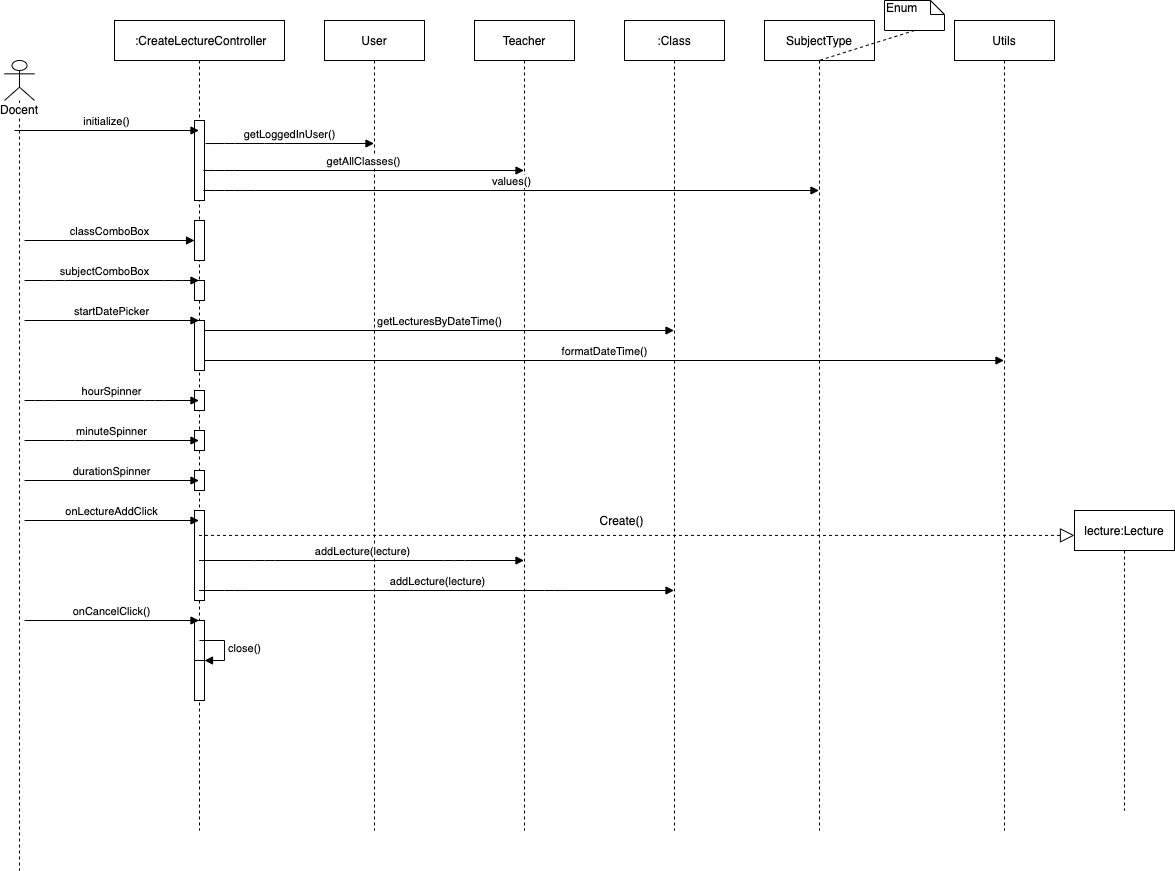
This is diagram/sequence/images/18-SequenceDiagrams.png from software-strijders/Mytendance, a draw.io export, as it was before one commit. Source tidied: cells renumbered, new cells last; positions are measured from the earlier drawing's top-left corner, leaving out a move shared by most shapes.
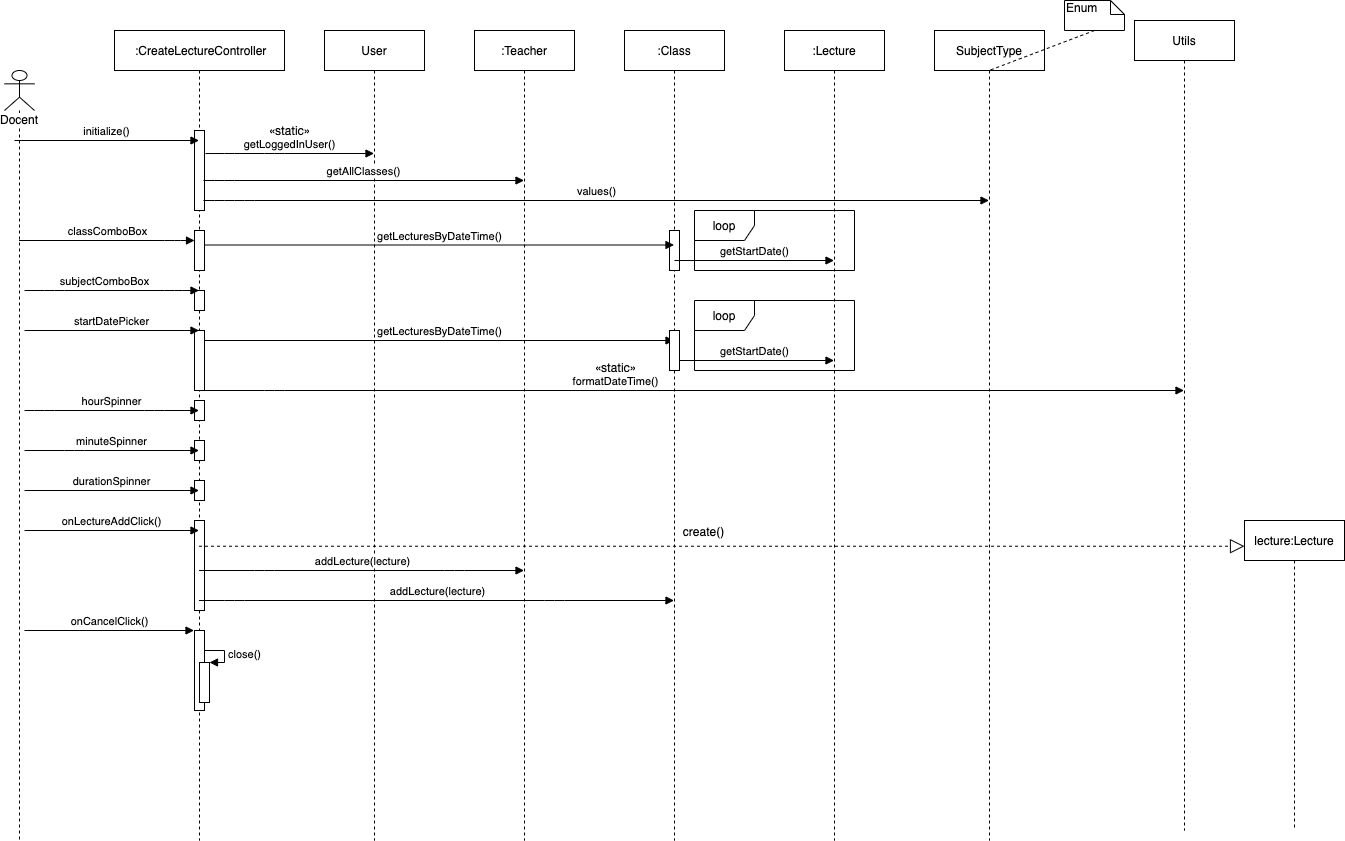
Later version of the same file.

Commit message:
change sequence diagram

The edit, as a diff of the source:
```diff
@@ -19,39 +19,34 @@
     <mxCell id="6" style="html=1;perimeter=orthogonalPerimeter;" parent="2" vertex="1">
       <mxGeometry x="80" y="410" width="10" height="20" as="geometry" />
     </mxCell>
-    <mxCell id="7" value="formatDateTime()" style="html=1;verticalAlign=bottom;endArrow=block;" parent="2" edge="1" target="29">
-      <mxGeometry relative="1" as="geometry">
-        <mxPoint x="90" y="340" as="sourcePoint" />
-      </mxGeometry>
-    </mxCell>
     <mxCell id="8" style="html=1;perimeter=orthogonalPerimeter;" parent="2" vertex="1">
       <mxGeometry x="80" y="450" width="10" height="20" as="geometry" />
     </mxCell>
     <mxCell id="9" style="html=1;perimeter=orthogonalPerimeter;" parent="2" vertex="1">
       <mxGeometry x="80" y="490" width="10" height="90" as="geometry" />
     </mxCell>
+    <mxCell id="13" value="onCancelClick()" style="html=1;verticalAlign=bottom;endArrow=block;" parent="2" edge="1">
+      <mxGeometry relative="1" as="geometry">
+        <mxPoint x="-90" y="600" as="sourcePoint" />
+        <mxPoint x="79.5" y="600" as="targetPoint" />
+      </mxGeometry>
+    </mxCell>
     <mxCell id="10" style="html=1;perimeter=orthogonalPerimeter;" parent="2" vertex="1">
       <mxGeometry x="80" y="600" width="10" height="80" as="geometry" />
     </mxCell>
-    <mxCell id="11" style="html=1;points=[];perimeter=orthogonalPerimeter;" parent="2" vertex="1">
-      <mxGeometry x="80" y="640" width="10" height="40" as="geometry" />
-    </mxCell>
+    <mxCell id="42" style="html=1;points=[];perimeter=orthogonalPerimeter;" parent="2" vertex="1">
+      <mxGeometry x="85" y="632" width="10" height="40" as="geometry" />
+    </mxCell>
-    <mxCell id="12" value="close()" style="edgeStyle=orthogonalEdgeStyle;html=1;align=left;spacingLeft=2;endArrow=block;rounded=0;entryX=1;entryY=0;" parent="2" edge="1" target="11">
+    <mxCell id="12" value="close()" style="edgeStyle=orthogonalEdgeStyle;html=1;align=left;spacingLeft=2;endArrow=block;rounded=0;entryX=1;entryY=0;" parent="2" edge="1" target="42">
       <mxGeometry relative="1" as="geometry">
-        <mxPoint x="85" y="620" as="sourcePoint" />
+        <mxPoint x="90" y="620" as="sourcePoint" />
         <Array as="points">
           <mxPoint x="110" y="620" />
         </Array>
       </mxGeometry>
     </mxCell>
-    <mxCell id="13" value="onCancelClick()" style="html=1;verticalAlign=bottom;endArrow=block;" parent="2" edge="1">
-      <mxGeometry relative="1" as="geometry">
-        <mxPoint x="-90" y="600" as="sourcePoint" />
-        <mxPoint x="84.5" y="600" as="targetPoint" />
-      </mxGeometry>
-    </mxCell>
     <mxCell id="14" value="Docent" style="shape=umlLifeline;participant=umlActor;perimeter=lifelinePerimeter;whiteSpace=wrap;html=1;verticalAlign=top;spacingTop=36;labelBackgroundColor=#ffffff;outlineConnect=0;" parent="1" vertex="1">
-      <mxGeometry y="60" width="30" height="810" as="geometry" />
+      <mxGeometry y="60" width="30" height="770" as="geometry" />
     </mxCell>
     <mxCell id="15" value="initialize()" style="html=1;verticalAlign=bottom;endArrow=block;" parent="14" edge="1" target="2">
       <mxGeometry relative="1" as="geometry">
@@ -80,7 +75,7 @@
         <mxPoint x="20" y="420" as="sourcePoint" />
       </mxGeometry>
     </mxCell>
-    <mxCell id="19" value="onLectureAddClick" style="html=1;verticalAlign=bottom;endArrow=block;" parent="14" edge="1" target="2">
+    <mxCell id="19" value="onLectureAddClick()" style="html=1;verticalAlign=bottom;endArrow=block;" parent="14" edge="1" target="2">
       <mxGeometry relative="1" as="geometry">
         <mxPoint x="20" y="460" as="sourcePoint" />
       </mxGeometry>
@@ -95,14 +90,16 @@
       <mxGeometry x="190" y="220" width="10" height="30" as="geometry" />
     </mxCell>
     <mxCell id="23" style="html=1;perimeter=orthogonalPerimeter;" parent="1" vertex="1">
-      <mxGeometry x="190" y="320" width="10" height="50" as="geometry" />
+      <mxGeometry x="190" y="320" width="10" height="60" as="geometry" />
     </mxCell>
     <mxCell id="24" style="html=1;perimeter=orthogonalPerimeter;" parent="1" vertex="1">
       <mxGeometry x="190" y="220" width="10" height="40" as="geometry" />
     </mxCell>
-    <mxCell id="25" value="classComboBox" style="html=1;verticalAlign=bottom;endArrow=block;" parent="1" edge="1" target="22">
+    <mxCell id="25" value="classComboBox" style="html=1;verticalAlign=bottom;endArrow=block;" parent="1" edge="1" source="14" target="22">
       <mxGeometry relative="1" as="geometry">
-        <mxPoint x="20" y="240" as="sourcePoint" />
+        <Array as="points">
+          <mxPoint x="170" y="230" />
+        </Array>
       </mxGeometry>
     </mxCell>
     <mxCell id="26" value="subjectComboBox" style="html=1;verticalAlign=bottom;endArrow=block;" parent="1" edge="1">
@@ -122,17 +119,17 @@
         <mxPoint x="194.5" y="320" as="targetPoint" />
       </mxGeometry>
     </mxCell>
-    <mxCell id="28" value="Teacher" style="shape=umlLifeline;perimeter=lifelinePerimeter;whiteSpace=wrap;html=1;outlineConnect=0;" parent="1" vertex="1">
+    <mxCell id="28" value=":Teacher" style="shape=umlLifeline;perimeter=lifelinePerimeter;whiteSpace=wrap;html=1;outlineConnect=0;" parent="1" vertex="1">
       <mxGeometry x="470" y="20" width="100" height="810" as="geometry" />
     </mxCell>
     <mxCell id="29" value="Utils" style="shape=umlLifeline;perimeter=lifelinePerimeter;whiteSpace=wrap;html=1;outlineConnect=0;size=40;" parent="1" vertex="1">
-      <mxGeometry x="950" y="20" width="100" height="810" as="geometry" />
+      <mxGeometry x="1130" y="10" width="100" height="810" as="geometry" />
     </mxCell>
     <mxCell id="30" value="SubjectType" style="shape=umlLifeline;perimeter=lifelinePerimeter;whiteSpace=wrap;html=1;outlineConnect=0;" parent="1" vertex="1">
-      <mxGeometry x="760" y="20" width="110" height="810" as="geometry" />
+      <mxGeometry x="930" y="20" width="110" height="810" as="geometry" />
     </mxCell>
     <mxCell id="31" value="Enum" style="shape=note;whiteSpace=wrap;html=1;size=14;verticalAlign=top;align=left;spacingTop=-6;" parent="1" vertex="1">
-      <mxGeometry x="880" width="60" height="30" as="geometry" />
+      <mxGeometry x="1060" y="-10" width="60" height="30" as="geometry" />
     </mxCell>
     <mxCell id="32" style="endArrow=none;dashed=1;html=1;exitX=0.5;exitY=1;exitDx=0;exitDy=0;exitPerimeter=0;" parent="1" edge="1" source="31" target="30">
       <mxGeometry relative="1" as="geometry" />
@@ -140,13 +137,24 @@
     <mxCell id="33" value=":Class" style="shape=umlLifeline;perimeter=lifelinePerimeter;whiteSpace=wrap;html=1;outlineConnect=0;" parent="1" vertex="1">
       <mxGeometry x="620" y="20" width="100" height="810" as="geometry" />
     </mxCell>
+    <mxCell id="43" value="getStartDate()" style="html=1;verticalAlign=bottom;endArrow=block;" parent="33" edge="1" target="46">
+      <mxGeometry relative="1" as="geometry">
+        <mxPoint x="50" y="330" as="sourcePoint" />
+      </mxGeometry>
+    </mxCell>
+    <mxCell id="44" style="html=1;perimeter=orthogonalPerimeter;" parent="33" vertex="1">
+      <mxGeometry x="45" y="300" width="10" height="40" as="geometry" />
+    </mxCell>
+    <mxCell id="45" style="html=1;perimeter=orthogonalPerimeter;" parent="33" vertex="1">
+      <mxGeometry x="45" y="200" width="10" height="40" as="geometry" />
+    </mxCell>
     <mxCell id="34" value="lecture:Lecture" style="shape=umlLifeline;perimeter=lifelinePerimeter;whiteSpace=wrap;html=1;outlineConnect=0;" parent="1" vertex="1">
-      <mxGeometry x="1070" y="510" width="100" height="300" as="geometry" />
+      <mxGeometry x="1240" y="510" width="100" height="310" as="geometry" />
     </mxCell>
     <mxCell id="35" style="endArrow=block;dashed=1;endFill=0;endSize=12;html=1;entryX=0;entryY=0.083;entryDx=0;entryDy=0;entryPerimeter=0;" parent="1" edge="1" source="2" target="34">
       <mxGeometry relative="1" as="geometry" />
     </mxCell>
-    <mxCell id="36" value="Create()" style="text;html=1;align=center;verticalAlign=middle;labelBackgroundColor=#ffffff;" parent="35" vertex="1">
+    <mxCell id="36" value="create()" style="text;html=1;align=center;verticalAlign=middle;labelBackgroundColor=#ffffff;" parent="35" vertex="1">
       <mxGeometry x="-0.03" y="-1" relative="1" as="geometry">
         <mxPoint x="-1" y="-16" as="offset" />
       </mxGeometry>
@@ -183,7 +191,7 @@
         </Array>
       </mxGeometry>
     </mxCell>
-    <mxCell id="41" value="getLoggedInUser()" style="html=1;verticalAlign=bottom;endArrow=block;exitX=1.1;exitY=0.288;exitDx=0;exitDy=0;exitPerimeter=0;" parent="1" edge="1" source="3" target="20">
+    <mxCell id="41" value="&lt;pre style=&quot;background-color: #2b2b2b ; color: #a9b7c6 ; font-family: &amp;#34;menlo&amp;#34; ; font-size: 9 0pt&quot;&gt;&lt;/pre&gt;&lt;p class=&quot;p1&quot; style=&quot;margin: 0px ; font-stretch: normal ; font-size: 12px ; line-height: normal ; font-family: &amp;#34;helvetica neue&amp;#34; ; white-space: normal&quot;&gt;«static»&lt;/p&gt;getLoggedInUser()" style="html=1;verticalAlign=bottom;endArrow=block;exitX=1.1;exitY=0.288;exitDx=0;exitDy=0;exitPerimeter=0;" parent="1" edge="1" source="3" target="20">
       <mxGeometry relative="1" as="geometry">
         <Array as="points">
           <mxPoint x="220" y="143" />
@@ -191,5 +199,33 @@
         </Array>
       </mxGeometry>
     </mxCell>
+    <mxCell id="46" value=":Lecture" style="shape=umlLifeline;perimeter=lifelinePerimeter;whiteSpace=wrap;html=1;outlineConnect=0;" parent="1" vertex="1">
+      <mxGeometry x="780" y="20" width="100" height="810" as="geometry" />
+    </mxCell>
+    <mxCell id="7" value="&lt;p class=&quot;p1&quot; style=&quot;margin: 0px ; font-stretch: normal ; font-size: 12px ; line-height: normal ; font-family: &amp;#34;helvetica neue&amp;#34; ; white-space: normal&quot;&gt;«static»&lt;/p&gt;formatDateTime()" style="html=1;verticalAlign=bottom;endArrow=block;" parent="1" edge="1" source="2" target="29">
+      <mxGeometry x="-0.16" relative="1" as="geometry">
+        <Array as="points">
+          <mxPoint x="270" y="380" />
+        </Array>
+      </mxGeometry>
+    </mxCell>
+    <mxCell id="47" value="loop" style="shape=umlFrame;whiteSpace=wrap;html=1;" parent="1" vertex="1">
+      <mxGeometry x="690" y="290" width="160" height="70" as="geometry" />
+    </mxCell>
+    <mxCell id="48" value="getLecturesByDateTime()" style="html=1;verticalAlign=bottom;endArrow=block;" parent="1" edge="1">
+      <mxGeometry relative="1" as="geometry">
+        <mxPoint x="200" y="234.5" as="sourcePoint" />
+        <mxPoint x="669.5" y="234.5" as="targetPoint" />
+      </mxGeometry>
+    </mxCell>
+    <mxCell id="49" value="loop" style="shape=umlFrame;whiteSpace=wrap;html=1;" parent="1" vertex="1">
+      <mxGeometry x="690" y="200" width="160" height="60" as="geometry" />
+    </mxCell>
+    <mxCell id="50" value="getStartDate()" style="html=1;verticalAlign=bottom;endArrow=block;" parent="1" edge="1">
+      <mxGeometry relative="1" as="geometry">
+        <mxPoint x="670" y="250" as="sourcePoint" />
+        <mxPoint x="829.5" y="250" as="targetPoint" />
+      </mxGeometry>
+    </mxCell>
   </root>
 </mxGraphModel>
```
